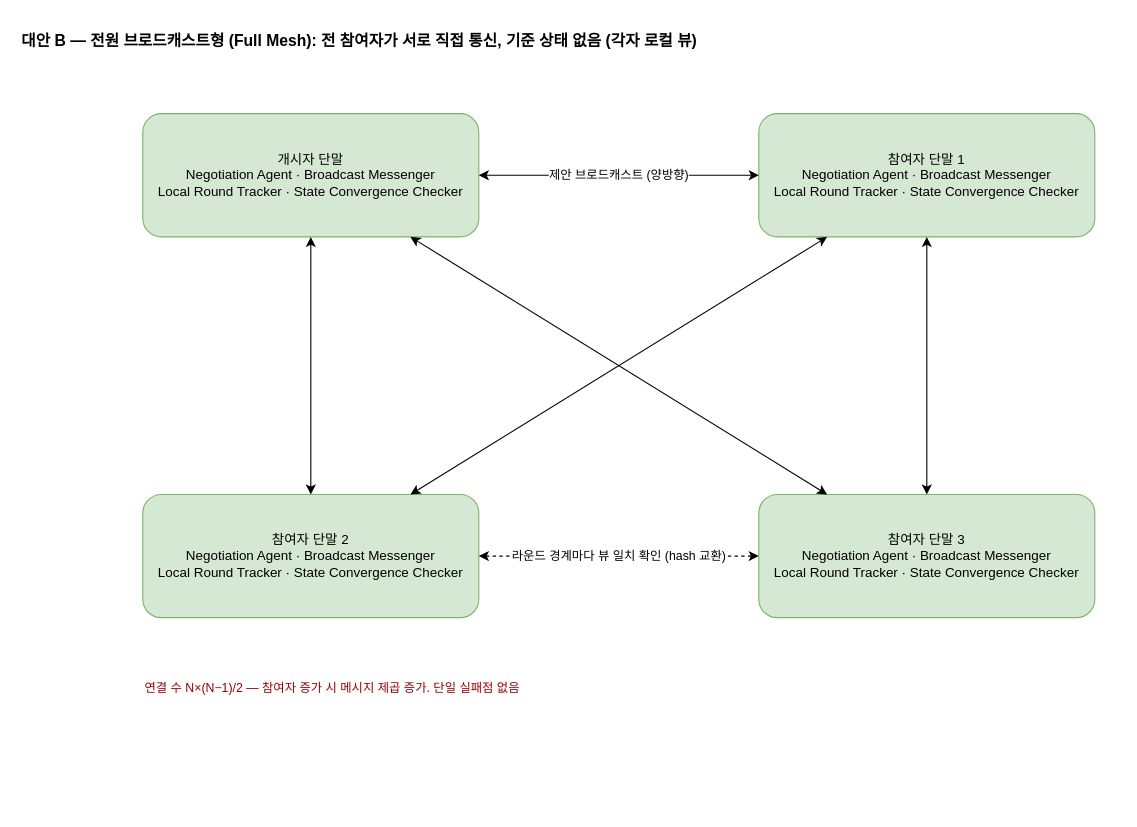
Sunwoo-Nam/architect-teamproject keeps this draw.io diagram as docs/changbae/drawio/31-B-전원-브로드캐스트형.drawio. Above is the earlier version. Source tidied: cells renumbered, new cells numbered last; positions are measured from the earlier drawing's top-left corner, leaving out a move shared by most shapes. Both pictures are drawn from the tidied source at 112%, with x=0, y=0 at pixel (19, 24).
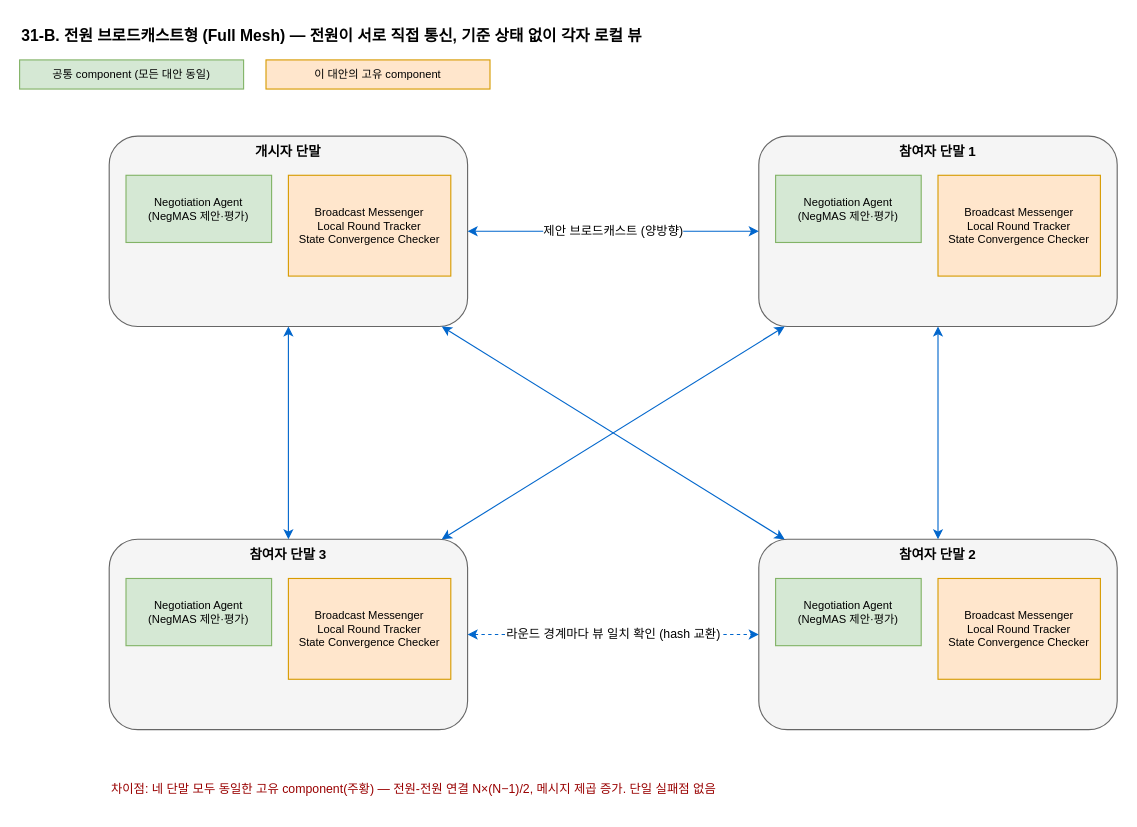
Above is the later version.

Diff of the diagram source:
```diff
@@
-    <mxCell id="2" value="대안 B — 전원 브로드캐스트형 (Full Mesh): 전 참여자가 서로 직접 통신, 기준 상태 없음 (각자 로컬 뷰)" style="text;html=1;fontSize=14;fontStyle=1;align=left;" parent="1" vertex="1">
-      <mxGeometry width="960" height="30" as="geometry" />
+    <mxCell id="2" value="31-B. 전원 브로드캐스트형 (Full Mesh) — 전원이 서로 직접 통신, 기준 상태 없이 각자 로컬 뷰" style="text;html=1;fontSize=14;fontStyle=1;align=left;" parent="1" vertex="1">
+      <mxGeometry y="-4" width="900" height="30" as="geometry" />
     </mxCell>
-    <mxCell id="3" value="개시자 단말&#10;Negotiation Agent · Broadcast Messenger&#10;Local Round Tracker · State Convergence Checker" style="rounded=1;whiteSpace=wrap;html=1;fillColor=#d5e8d4;strokeColor=#82b366;" parent="1" vertex="1">
-      <mxGeometry x="110" y="80" width="300" height="110" as="geometry" />
-    </mxCell>
-    <mxCell id="4" value="참여자 단말 1&#10;Negotiation Agent · Broadcast Messenger&#10;Local Round Tracker · State Convergence Checker" style="rounded=1;whiteSpace=wrap;html=1;fillColor=#d5e8d4;strokeColor=#82b366;" parent="1" vertex="1">
-      <mxGeometry x="660" y="80" width="300" height="110" as="geometry" />
-    </mxCell>
-    <mxCell id="5" value="참여자 단말 2&#10;Negotiation Agent · Broadcast Messenger&#10;Local Round Tracker · State Convergence Checker" style="rounded=1;whiteSpace=wrap;html=1;fillColor=#d5e8d4;strokeColor=#82b366;" parent="1" vertex="1">
-      <mxGeometry x="110" y="420" width="300" height="110" as="geometry" />
-    </mxCell>
-    <mxCell id="6" value="참여자 단말 3&#10;Negotiation Agent · Broadcast Messenger&#10;Local Round Tracker · State Convergence Checker" style="rounded=1;whiteSpace=wrap;html=1;fillColor=#d5e8d4;strokeColor=#82b366;" parent="1" vertex="1">
-      <mxGeometry x="660" y="420" width="300" height="110" as="geometry" />
-    </mxCell>
+    <mxCell id="14" value="공통 component (모든 대안 동일)" style="rounded=0;whiteSpace=wrap;html=1;fillColor=#d5e8d4;strokeColor=#82b366;fontSize=10;" parent="1" vertex="1">
+      <mxGeometry y="32" width="200" height="26" as="geometry" />
+    </mxCell>
+    <mxCell id="15" value="이 대안의 고유 component" style="rounded=0;whiteSpace=wrap;html=1;fillColor=#ffe6cc;strokeColor=#d79b00;fontSize=10;" parent="1" vertex="1">
+      <mxGeometry x="220" y="32" width="200" height="26" as="geometry" />
+    </mxCell>
+    <mxCell id="16" value="개시자 단말" style="rounded=1;whiteSpace=wrap;html=1;verticalAlign=top;fontStyle=1;fillColor=#f5f5f5;strokeColor=#666666;" parent="1" vertex="1">
+      <mxGeometry x="80" y="100" width="320" height="170" as="geometry" />
+    </mxCell>
+    <mxCell id="17" value="Negotiation Agent&#10;(NegMAS 제안·평가)" style="rounded=0;whiteSpace=wrap;html=1;fillColor=#d5e8d4;strokeColor=#82b366;fontSize=10;" parent="16" vertex="1">
+      <mxGeometry x="15" y="35" width="130" height="60" as="geometry" />
+    </mxCell>
+    <mxCell id="18" value="Broadcast Messenger&#10;Local Round Tracker&#10;State Convergence Checker" style="rounded=0;whiteSpace=wrap;html=1;fillColor=#ffe6cc;strokeColor=#d79b00;fontSize=10;" parent="16" vertex="1">
+      <mxGeometry x="160" y="35" width="145" height="90" as="geometry" />
+    </mxCell>
+    <mxCell id="19" value="참여자 단말 1" style="rounded=1;whiteSpace=wrap;html=1;verticalAlign=top;fontStyle=1;fillColor=#f5f5f5;strokeColor=#666666;" parent="1" vertex="1">
+      <mxGeometry x="660" y="100" width="320" height="170" as="geometry" />
+    </mxCell>
+    <mxCell id="20" value="Negotiation Agent&#10;(NegMAS 제안·평가)" style="rounded=0;whiteSpace=wrap;html=1;fillColor=#d5e8d4;strokeColor=#82b366;fontSize=10;" parent="19" vertex="1">
+      <mxGeometry x="15" y="35" width="130" height="60" as="geometry" />
+    </mxCell>
+    <mxCell id="21" value="Broadcast Messenger&#10;Local Round Tracker&#10;State Convergence Checker" style="rounded=0;whiteSpace=wrap;html=1;fillColor=#ffe6cc;strokeColor=#d79b00;fontSize=10;" parent="19" vertex="1">
+      <mxGeometry x="160" y="35" width="145" height="90" as="geometry" />
+    </mxCell>
+    <mxCell id="22" value="참여자 단말 2" style="rounded=1;whiteSpace=wrap;html=1;verticalAlign=top;fontStyle=1;fillColor=#f5f5f5;strokeColor=#666666;" parent="1" vertex="1">
+      <mxGeometry x="660" y="460" width="320" height="170" as="geometry" />
+    </mxCell>
+    <mxCell id="23" value="Negotiation Agent&#10;(NegMAS 제안·평가)" style="rounded=0;whiteSpace=wrap;html=1;fillColor=#d5e8d4;strokeColor=#82b366;fontSize=10;" parent="22" vertex="1">
+      <mxGeometry x="15" y="35" width="130" height="60" as="geometry" />
+    </mxCell>
+    <mxCell id="24" value="Broadcast Messenger&#10;Local Round Tracker&#10;State Convergence Checker" style="rounded=0;whiteSpace=wrap;html=1;fillColor=#ffe6cc;strokeColor=#d79b00;fontSize=10;" parent="22" vertex="1">
+      <mxGeometry x="160" y="35" width="145" height="90" as="geometry" />
+    </mxCell>
+    <mxCell id="25" value="참여자 단말 3" style="rounded=1;whiteSpace=wrap;html=1;verticalAlign=top;fontStyle=1;fillColor=#f5f5f5;strokeColor=#666666;" parent="1" vertex="1">
+      <mxGeometry x="80" y="460" width="320" height="170" as="geometry" />
+    </mxCell>
+    <mxCell id="26" value="Negotiation Agent&#10;(NegMAS 제안·평가)" style="rounded=0;whiteSpace=wrap;html=1;fillColor=#d5e8d4;strokeColor=#82b366;fontSize=10;" parent="25" vertex="1">
+      <mxGeometry x="15" y="35" width="130" height="60" as="geometry" />
+    </mxCell>
+    <mxCell id="27" value="Broadcast Messenger&#10;Local Round Tracker&#10;State Convergence Checker" style="rounded=0;whiteSpace=wrap;html=1;fillColor=#ffe6cc;strokeColor=#d79b00;fontSize=10;" parent="25" vertex="1">
+      <mxGeometry x="160" y="35" width="145" height="90" as="geometry" />
+    </mxCell>
-    <mxCell id="7" value="제안 브로드캐스트 (양방향)" style="edgeStyle=orthogonalEdgeStyle;html=1;startArrow=classic;endArrow=classic;" parent="1" edge="1" source="3" target="4">
+    <mxCell id="7" value="제안 브로드캐스트 (양방향)" style="edgeStyle=orthogonalEdgeStyle;html=1;startArrow=classic;endArrow=classic;strokeColor=#0066cc;" parent="1" edge="1" source="16" target="19">
       <mxGeometry relative="1" as="geometry" />
     </mxCell>
-    <mxCell id="8" style="edgeStyle=orthogonalEdgeStyle;html=1;startArrow=classic;endArrow=classic;" parent="1" edge="1" source="3" target="5">
+    <mxCell id="8" style="html=1;startArrow=classic;endArrow=classic;strokeColor=#0066cc;" parent="1" edge="1" source="16" target="22">
       <mxGeometry relative="1" as="geometry" />
     </mxCell>
-    <mxCell id="9" style="html=1;startArrow=classic;endArrow=classic;" parent="1" edge="1" source="3" target="6">
+    <mxCell id="9" style="edgeStyle=orthogonalEdgeStyle;html=1;startArrow=classic;endArrow=classic;strokeColor=#0066cc;" parent="1" edge="1" source="16" target="25">
       <mxGeometry relative="1" as="geometry" />
     </mxCell>
-    <mxCell id="10" style="html=1;startArrow=classic;endArrow=classic;" parent="1" edge="1" source="4" target="5">
+    <mxCell id="10" style="edgeStyle=orthogonalEdgeStyle;html=1;startArrow=classic;endArrow=classic;strokeColor=#0066cc;" parent="1" edge="1" source="19" target="22">
       <mxGeometry relative="1" as="geometry" />
     </mxCell>
-    <mxCell id="11" style="edgeStyle=orthogonalEdgeStyle;html=1;startArrow=classic;endArrow=classic;" parent="1" edge="1" source="4" target="6">
+    <mxCell id="11" style="html=1;startArrow=classic;endArrow=classic;strokeColor=#0066cc;" parent="1" edge="1" source="19" target="25">
       <mxGeometry relative="1" as="geometry" />
     </mxCell>
-    <mxCell id="12" value="라운드 경계마다 뷰 일치 확인 (hash 교환)" style="edgeStyle=orthogonalEdgeStyle;html=1;startArrow=classic;endArrow=classic;dashed=1;" parent="1" edge="1" source="5" target="6">
+    <mxCell id="12" value="라운드 경계마다 뷰 일치 확인 (hash 교환)" style="edgeStyle=orthogonalEdgeStyle;html=1;startArrow=classic;endArrow=classic;dashed=1;strokeColor=#0066cc;" parent="1" edge="1" source="25" target="22">
       <mxGeometry relative="1" as="geometry" />
     </mxCell>
-    <mxCell id="13" value="연결 수 N×(N−1)/2 — 참여자 증가 시 메시지 제곱 증가. 단일 실패점 없음" style="text;html=1;fontSize=11;fontColor=#990000;align=left;" parent="1" vertex="1">
-      <mxGeometry x="110" y="580" width="600" height="30" as="geometry" />
+    <mxCell id="13" value="차이점: 네 단말 모두 동일한 고유 component(주황) — 전원-전원 연결 N×(N−1)/2, 메시지 제곱 증가. 단일 실패점 없음" style="text;html=1;fontSize=11;fontColor=#990000;align=left;" parent="1" vertex="1">
+      <mxGeometry x="80" y="670" width="900" height="30" as="geometry" />
     </mxCell>
```
